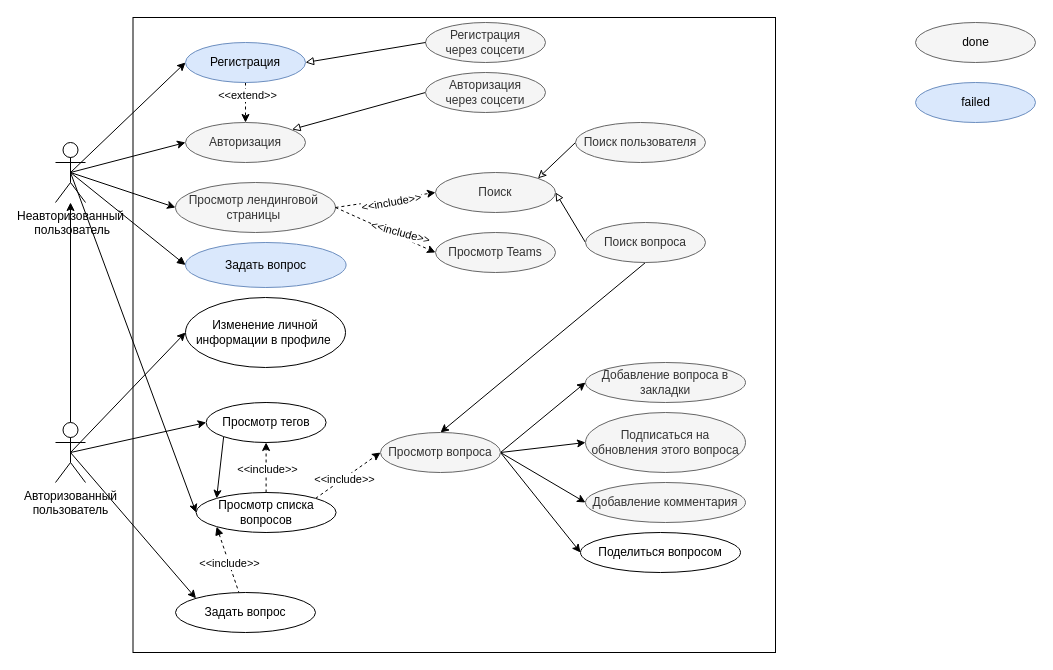
Earlier version of the draw.io diagram page "stackoverflow" (1 of 2) of Untitled Diagram.drawio (mmmlpmsw/software_testing_lab3). Source tidied: cells renumbered, new cells numbered last; positions are measured from the earlier drawing's top-left corner, leaving out a move shared by most shapes. Both pictures are drawn from the tidied source at 100%, with x=0, y=0 at pixel (55, 17).
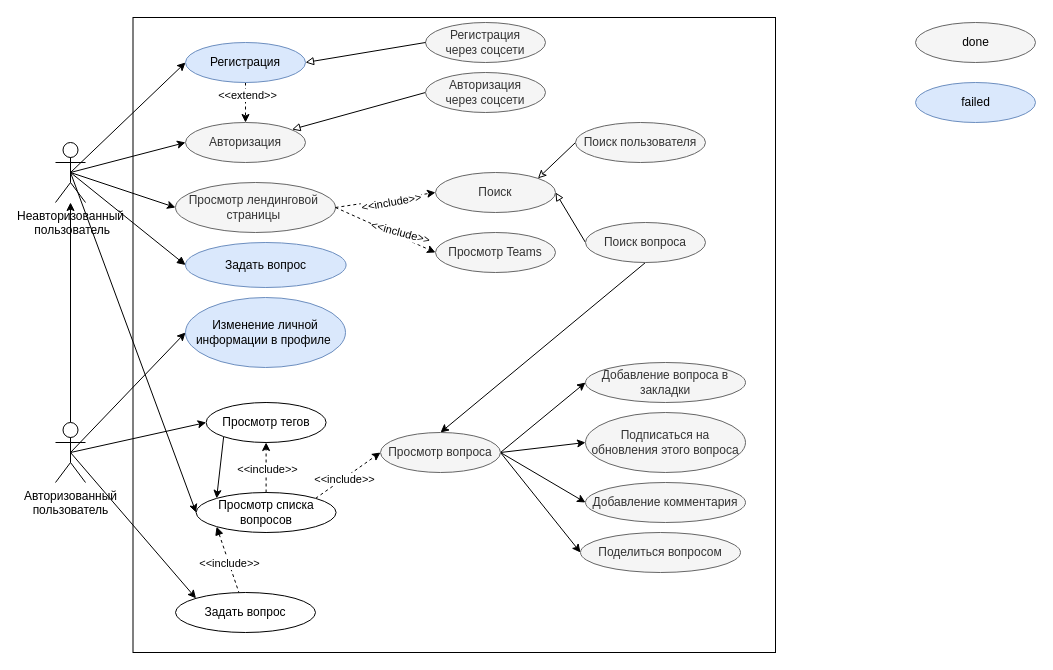
The same diagram, later.

What changed in the source:
```diff
@@
-    <mxCell id="20" value="Изменение личной информации в профиле&amp;nbsp;" style="ellipse;whiteSpace=wrap;html=1;" parent="1" vertex="1">
+    <mxCell id="20" value="Изменение личной информации в профиле&amp;nbsp;" style="ellipse;whiteSpace=wrap;html=1;fillColor=#dae8fc;strokeColor=#6c8ebf;" parent="1" vertex="1">
       <mxGeometry x="130" y="280" width="160" height="70" as="geometry" />
     </mxCell>
@@
-    <mxCell id="58" value="Поделиться вопросом" style="ellipse;whiteSpace=wrap;html=1;" parent="1" vertex="1">
+    <mxCell id="58" value="Поделиться вопросом" style="ellipse;whiteSpace=wrap;html=1;fillColor=#f5f5f5;strokeColor=#666666;fontColor=#333333;" parent="1" vertex="1">
       <mxGeometry x="525" y="515" width="160" height="40" as="geometry" />
     </mxCell>
```
